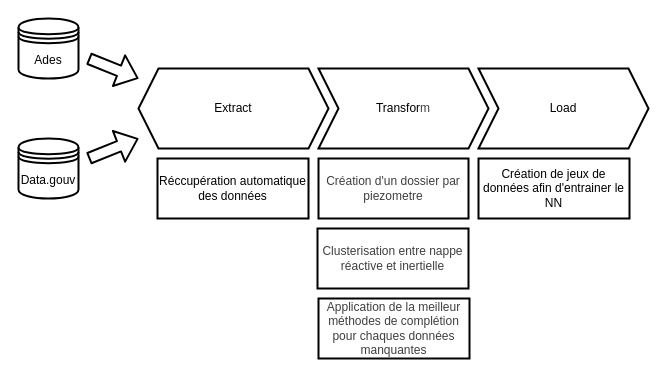
Above: page "Schéma ETL" (2 of 10) of schemas.drawio in Baptiste-Richard-Tronnox/STAGE-Junon (draw.io), before the change. Source tidied: cells renumbered, new cells numbered last; positions are measured from the earlier drawing's top-left corner, leaving out a move shared by most shapes. Both pictures are drawn from the tidied source at 100%, with x=0, y=0 at pixel (18, 18).
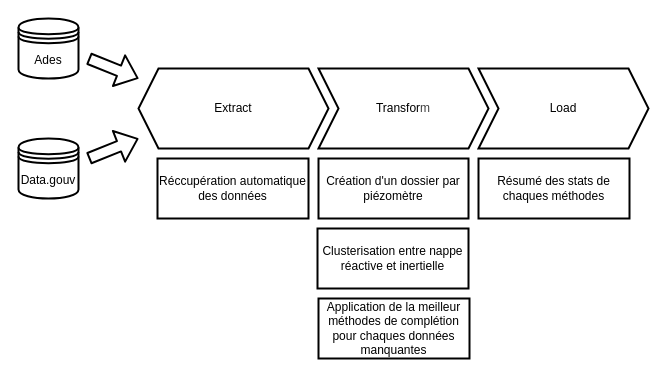
After the change.

Diff of the diagram source:
```diff
@@
 <mxGraphModel>
   <root>
     <mxCell id="0" />
     <mxCell id="1" parent="0" />
     <mxCell id="2" value="Extract" style="shape=hexagon;perimeter=hexagonPerimeter2;whiteSpace=wrap;html=1;fixedSize=1;strokeWidth=2;" parent="1" vertex="1">
       <mxGeometry x="120" y="50" width="190" height="80" as="geometry" />
     </mxCell>
     <mxCell id="3" value="Ades" style="shape=datastore;whiteSpace=wrap;html=1;strokeWidth=2;" parent="1" vertex="1">
       <mxGeometry width="60" height="60" as="geometry" />
     </mxCell>
     <mxCell id="4" value="Data.gouv" style="shape=datastore;whiteSpace=wrap;html=1;strokeWidth=2;" parent="1" vertex="1">
       <mxGeometry y="120" width="60" height="60" as="geometry" />
     </mxCell>
     <mxCell id="5" style="shape=flexArrow;endArrow=classic;html=1;strokeWidth=2;" parent="1" edge="1">
       <mxGeometry relative="1" as="geometry">
         <mxPoint x="70" y="140" as="sourcePoint" />
         <mxPoint x="120" y="120" as="targetPoint" />
       </mxGeometry>
     </mxCell>
     <mxCell id="6" style="shape=flexArrow;endArrow=classic;html=1;strokeWidth=2;" parent="1" edge="1">
       <mxGeometry relative="1" as="geometry">
         <mxPoint x="70" y="40" as="sourcePoint" />
         <mxPoint x="120" y="60" as="targetPoint" />
       </mxGeometry>
     </mxCell>
     <mxCell id="7" value="Transfor&lt;span style=&quot;color: rgb(63, 63, 63); background-color: transparent;&quot;&gt;m&lt;/span&gt;" style="shape=step;perimeter=stepPerimeter;whiteSpace=wrap;html=1;fixedSize=1;strokeWidth=2;" parent="1" vertex="1">
       <mxGeometry x="300" y="50" width="170" height="80" as="geometry" />
     </mxCell>
     <mxCell id="8" value="Load" style="shape=step;perimeter=stepPerimeter;whiteSpace=wrap;html=1;fixedSize=1;strokeWidth=2;" parent="1" vertex="1">
       <mxGeometry x="460" y="50" width="170" height="80" as="geometry" />
     </mxCell>
-    <mxCell id="9" value="&lt;span style=&quot;color: rgb(63, 63, 63); text-align: left;&quot;&gt;Création d'un dossier par piezometre&lt;/span&gt;" style="rounded=0;whiteSpace=wrap;html=1;strokeWidth=2;" parent="1" vertex="1">
+    <mxCell id="9" value="Création d'un dossier par piézomètre" style="rounded=0;whiteSpace=wrap;html=1;strokeWidth=2;" parent="1" vertex="1">
       <mxGeometry x="300" y="140" width="150" height="60" as="geometry" />
     </mxCell>
     <mxCell id="10" value="&lt;span style=&quot;color: rgb(0, 0, 0); text-align: left;&quot;&gt;Réccupération automatique des données&lt;/span&gt;" style="rounded=0;whiteSpace=wrap;html=1;strokeWidth=2;" parent="1" vertex="1">
       <mxGeometry x="139" y="140" width="151" height="60" as="geometry" />
     </mxCell>
-    <mxCell id="11" value="&lt;span style=&quot;text-align: left; background-color: transparent;&quot;&gt;Création de jeux de données afin d'entrainer le NN&lt;/span&gt;" style="rounded=0;whiteSpace=wrap;html=1;strokeWidth=2;" parent="1" vertex="1">
+    <mxCell id="11" value="&lt;span style=&quot;text-align: left; background-color: transparent;&quot;&gt;Résumé des stats de chaques méthodes&lt;/span&gt;" style="rounded=0;whiteSpace=wrap;html=1;strokeWidth=2;" parent="1" vertex="1">
       <mxGeometry x="460" y="140" width="151" height="60" as="geometry" />
     </mxCell>
-    <mxCell id="12" value="&lt;span style=&quot;background-color: transparent; color: rgb(63, 63, 63); text-align: left;&quot;&gt;Clusterisation entre nappe réactive et inertielle&lt;/span&gt;" style="rounded=0;whiteSpace=wrap;html=1;strokeWidth=2;" parent="1" vertex="1">
+    <mxCell id="12" value="Clusterisation entre nappe réactive et inertielle" style="rounded=0;whiteSpace=wrap;html=1;strokeWidth=2;" parent="1" vertex="1">
       <mxGeometry x="299" y="210" width="151" height="60" as="geometry" />
     </mxCell>
-    <mxCell id="13" value="&lt;span style=&quot;color: rgb(63, 63, 63); text-align: left; background-color: transparent;&quot;&gt;Application de la meilleur méthodes de complétion pour chaques données manquantes&lt;/span&gt;" style="rounded=0;whiteSpace=wrap;html=1;strokeWidth=2;" parent="1" vertex="1">
+    <mxCell id="13" value="Application de la meilleur méthodes de complétion pour chaques données manquantes" style="rounded=0;whiteSpace=wrap;html=1;strokeWidth=2;" parent="1" vertex="1">
       <mxGeometry x="300" y="280" width="151" height="60" as="geometry" />
     </mxCell>
   </root>
 </mxGraphModel>
```
